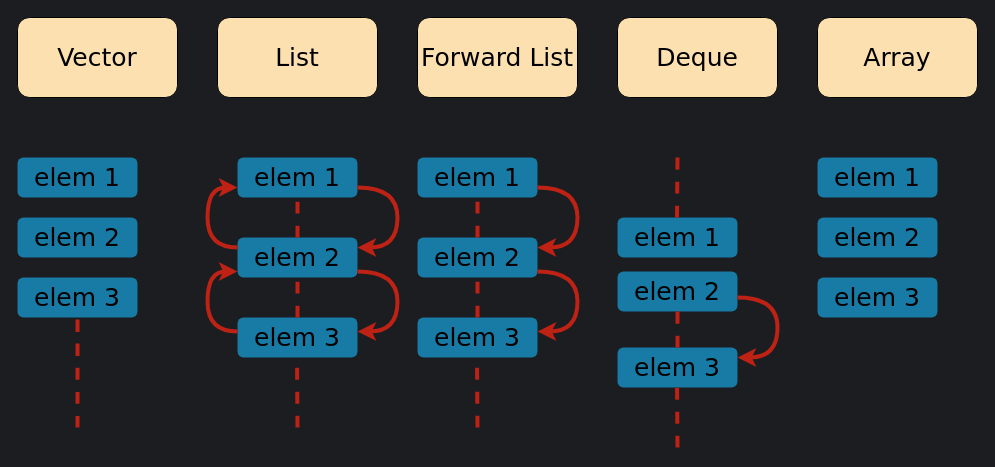
Above: Sequenced Containers.drawio in ZenSepiol/ZenSepiol (draw.io), before the change. Source tidied: cells renumbered, new cells numbered last; positions are measured from the earlier drawing's top-left corner, leaving out a move shared by most shapes. Both pictures are drawn from the tidied source at 100%, with x=0, y=0 at pixel (17, 17).
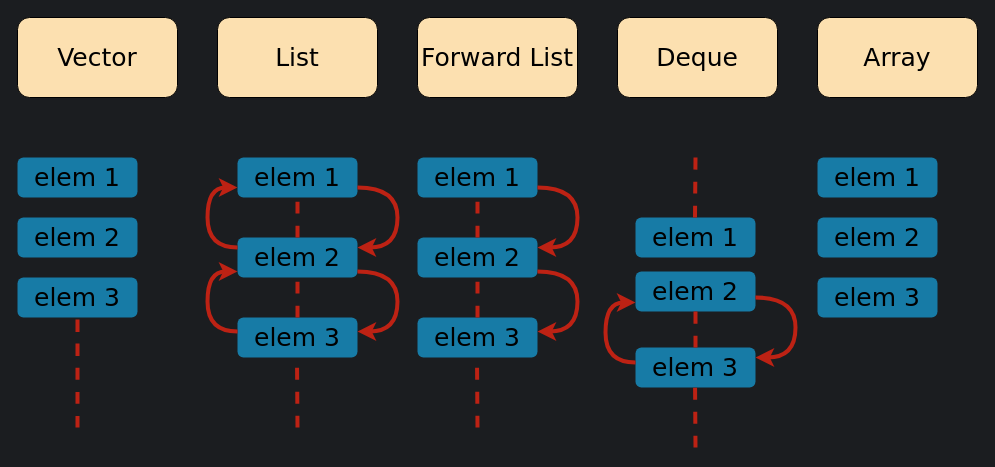
The same diagram, later.

The edit, as a diff of the source:
```diff
@@
     <mxCell id="15" value="elem 1" style="rounded=1;whiteSpace=wrap;html=1;fontFamily=Verdana;fontSize=25;strokeColor=none;fillColor=#177BA6;" parent="1" vertex="1">
-      <mxGeometry x="600" y="200" width="120" height="40" as="geometry" />
+      <mxGeometry x="618" y="200" width="120" height="40" as="geometry" />
     </mxCell>
     <mxCell id="16" value="elem 2" style="rounded=1;whiteSpace=wrap;html=1;fontFamily=Verdana;fontSize=25;strokeColor=none;fillColor=#177BA6;" parent="1" vertex="1">
-      <mxGeometry x="600" y="254" width="120" height="40" as="geometry" />
+      <mxGeometry x="618" y="254" width="120" height="40" as="geometry" />
     </mxCell>
     <mxCell id="17" value="elem 3" style="rounded=1;whiteSpace=wrap;html=1;fontFamily=Verdana;fontSize=25;strokeColor=none;fillColor=#177BA6;" parent="1" vertex="1">
-      <mxGeometry x="600" y="330" width="120" height="40" as="geometry" />
+      <mxGeometry x="618" y="330" width="120" height="40" as="geometry" />
     </mxCell>
@@
     <mxCell id="31" style="endArrow=none;dashed=1;html=1;rounded=1;strokeColor=#BD2214;strokeWidth=4;curved=1;entryX=0.5;entryY=1;entryDx=0;entryDy=0;" parent="1" edge="1">
       <mxGeometry relative="1" as="geometry">
-        <mxPoint x="660" y="430" as="sourcePoint" />
-        <mxPoint x="659.5" y="360" as="targetPoint" />
+        <mxPoint x="678" y="430" as="sourcePoint" />
+        <mxPoint x="677.5" y="360" as="targetPoint" />
       </mxGeometry>
     </mxCell>
     <mxCell id="32" style="endArrow=none;dashed=1;html=1;rounded=1;strokeColor=#BD2214;strokeWidth=4;curved=1;" parent="1" edge="1">
       <mxGeometry relative="1" as="geometry">
-        <mxPoint x="659.5" y="200" as="sourcePoint" />
-        <mxPoint x="660" y="140" as="targetPoint" />
+        <mxPoint x="677.5" y="200" as="sourcePoint" />
+        <mxPoint x="678" y="140" as="targetPoint" />
       </mxGeometry>
     </mxCell>
@@
     <mxCell id="38" style="endArrow=classic;html=1;rounded=1;exitX=1;exitY=0.75;exitDx=0;exitDy=0;edgeStyle=orthogonalEdgeStyle;curved=1;strokeColor=#BD2214;strokeWidth=4;entryX=1;entryY=0.25;entryDx=0;entryDy=0;" parent="1" edge="1">
       <mxGeometry relative="1" as="geometry">
-        <mxPoint x="720" y="280" as="sourcePoint" />
-        <mxPoint x="720" y="340" as="targetPoint" />
+        <mxPoint x="738" y="280" as="sourcePoint" />
+        <mxPoint x="738" y="340" as="targetPoint" />
         <Array as="points">
-          <mxPoint x="760" y="280" />
-          <mxPoint x="760" y="340" />
+          <mxPoint x="778" y="280" />
+          <mxPoint x="778" y="340" />
         </Array>
       </mxGeometry>
     </mxCell>
+    <mxCell id="39" style="endArrow=classic;html=1;rounded=1;exitX=0;exitY=0.25;exitDx=0;exitDy=0;edgeStyle=orthogonalEdgeStyle;curved=1;strokeColor=#BD2214;strokeWidth=4;entryX=0;entryY=0.75;entryDx=0;entryDy=0;" parent="1" edge="1">
+      <mxGeometry relative="1" as="geometry">
+        <mxPoint x="618" y="345" as="sourcePoint" />
+        <mxPoint x="618" y="285" as="targetPoint" />
+        <Array as="points">
+          <mxPoint x="588" y="345" />
+          <mxPoint x="588" y="285" />
+        </Array>
+      </mxGeometry>
+    </mxCell>
```
